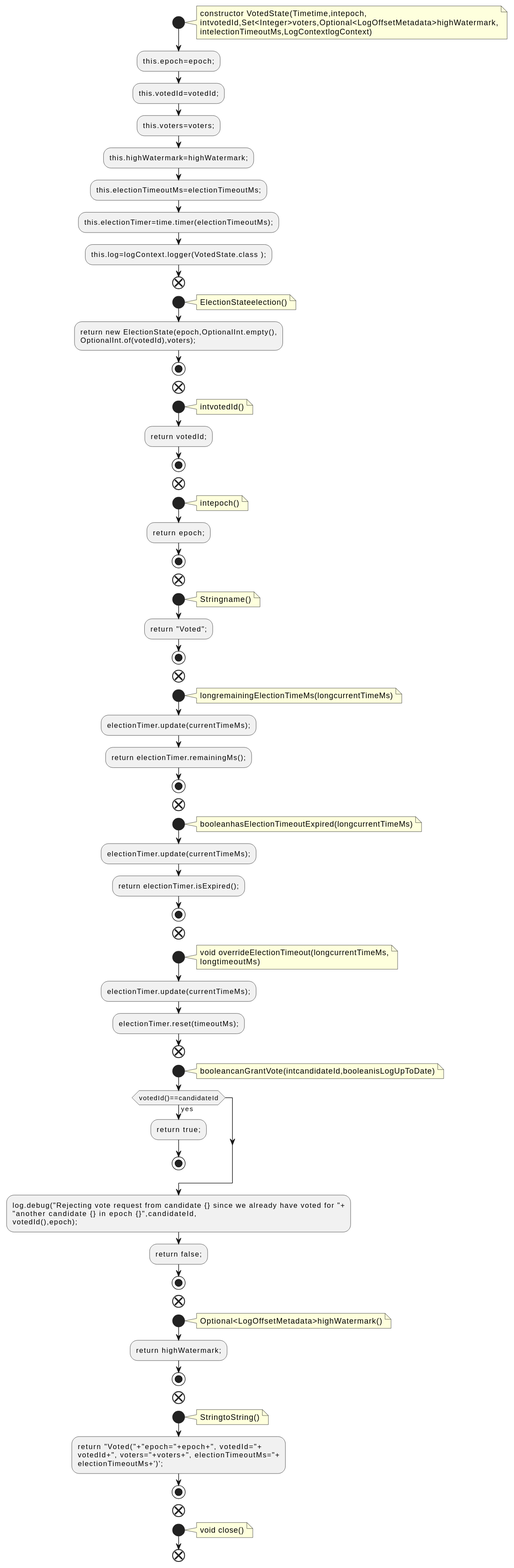
This is docs/qc/raft/src/main/java/org/apache/kafka/raft/VotedState.java.fct.svg from qualitesys/kafka, a PlantUML export, as it was before one commit.
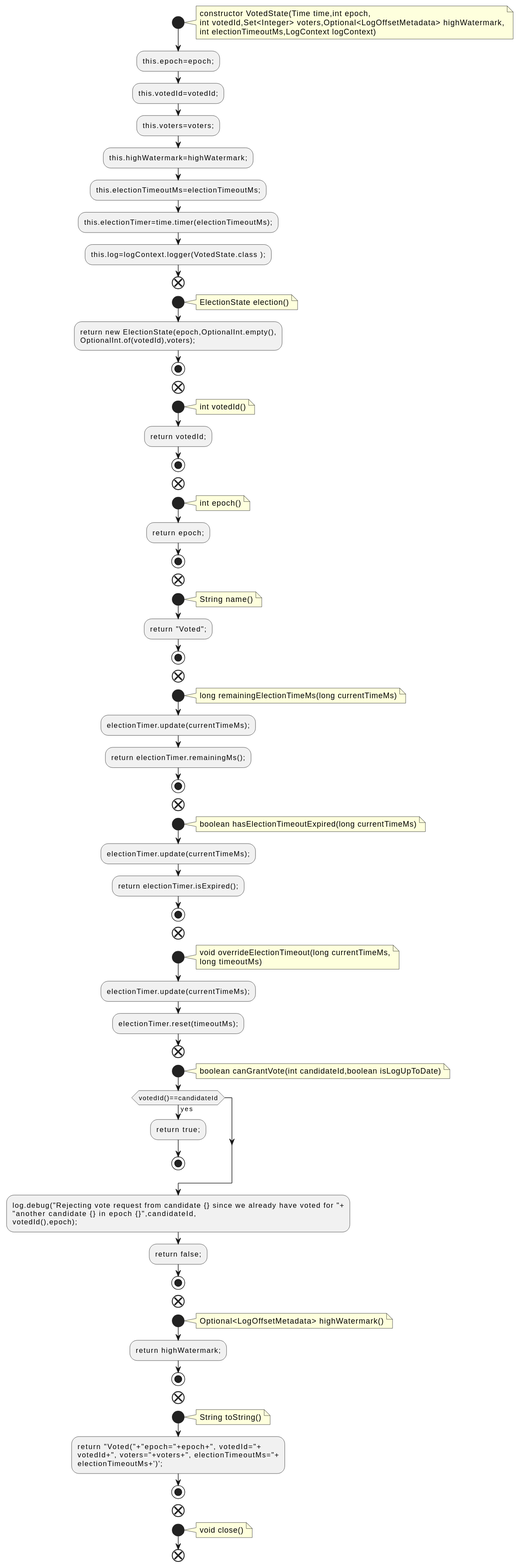
After the commit.

What changed in the source:
```diff
@@ -2,9 +2,9 @@
 !pragma layout smetana
 start
 note right
-constructor VotedState(Timetime,intepoch,
-intvotedId,Set<Integer>voters,Optional<LogOffsetMetadata>highWatermark,
-intelectionTimeoutMs,LogContextlogContext)
+constructor VotedState(Time time,int epoch,
+int votedId,Set<Integer> voters,Optional<LogOffsetMetadata> highWatermark,
+int electionTimeoutMs,LogContext logContext)
 end note
 :this.epoch=epoch;;
 :this.votedId=votedId;;
@@ -16,7 +16,7 @@
 end
 start
 note right
-ElectionStateelection()
+ElectionState election()
 end note
 :return new ElectionState(epoch,OptionalInt.empty(),
 OptionalInt.of(votedId),voters);;
@@ -24,28 +24,28 @@
 end
 start
 note right
-intvotedId()
+int votedId()
 end note
 :return votedId;;
 stop
 end
 start
 note right
-intepoch()
+int epoch()
 end note
 :return epoch;;
 stop
 end
 start
 note right
-Stringname()
+String name()
 end note
 :return "Voted";;
 stop
 end
 start
 note right
-longremainingElectionTimeMs(longcurrentTimeMs)
+long remainingElectionTimeMs(long currentTimeMs)
 end note
 :electionTimer.update(currentTimeMs);;
 :return electionTimer.remainingMs();;
@@ -53,7 +53,7 @@
 end
 start
 note right
-booleanhasElectionTimeoutExpired(longcurrentTimeMs)
+boolean hasElectionTimeoutExpired(long currentTimeMs)
 end note
 :electionTimer.update(currentTimeMs);;
 :return electionTimer.isExpired();;
@@ -61,15 +61,15 @@
 end
 start
 note right
-void overrideElectionTimeout(longcurrentTimeMs,
-longtimeoutMs)
+void overrideElectionTimeout(long currentTimeMs,
+long timeoutMs)
 end note
 :electionTimer.update(currentTimeMs);;
 :electionTimer.reset(timeoutMs);;
 end
 start
 note right
-booleancanGrantVote(intcandidateId,booleanisLogUpToDate)
+boolean canGrantVote(int candidateId,boolean isLogUpToDate)
 end note
 if (votedId()==candidateId) then (yes)
 :return true;;
@@ -83,14 +83,14 @@
 end
 start
 note right
-Optional<LogOffsetMetadata>highWatermark()
+Optional<LogOffsetMetadata> highWatermark()
 end note
 :return highWatermark;;
 stop
 end
 start
 note right
-StringtoString()
+String toString()
 end note
 :return "Voted("+"epoch="+epoch+", votedId="+
 votedId+", voters="+voters+", electionTimeoutMs="+
```
